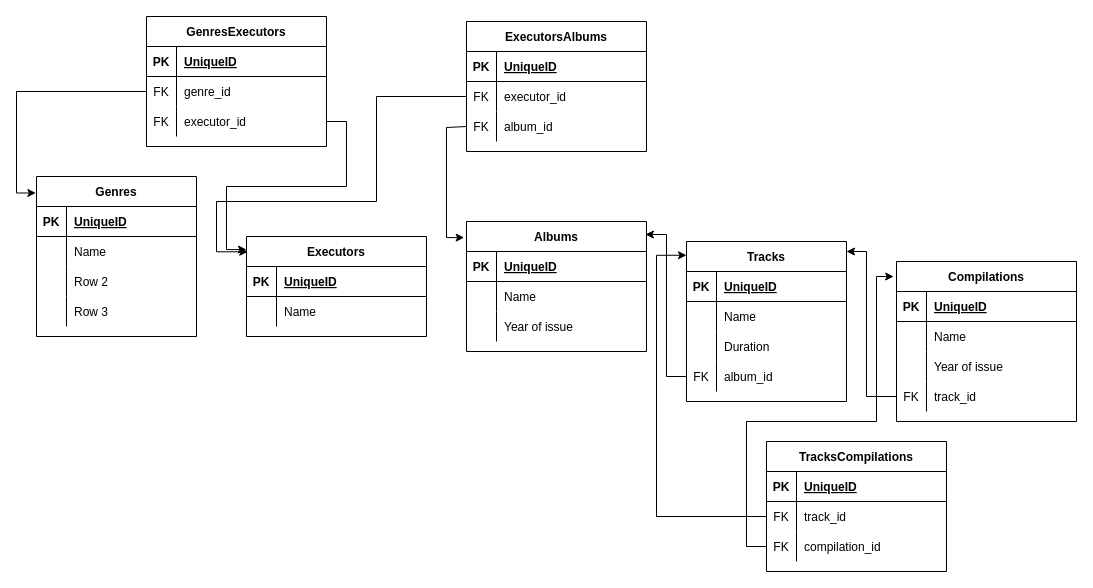
Earlier version of the draw.io diagram Музыкальный_сайт_2.drawio (oukenshild/music_site_2). Source tidied: cells renumbered, new cells numbered last; positions are measured from the earlier drawing's top-left corner, leaving out a move shared by most shapes. Both pictures are drawn from the tidied source at 100%, with x=0, y=0 at pixel (36, 16).
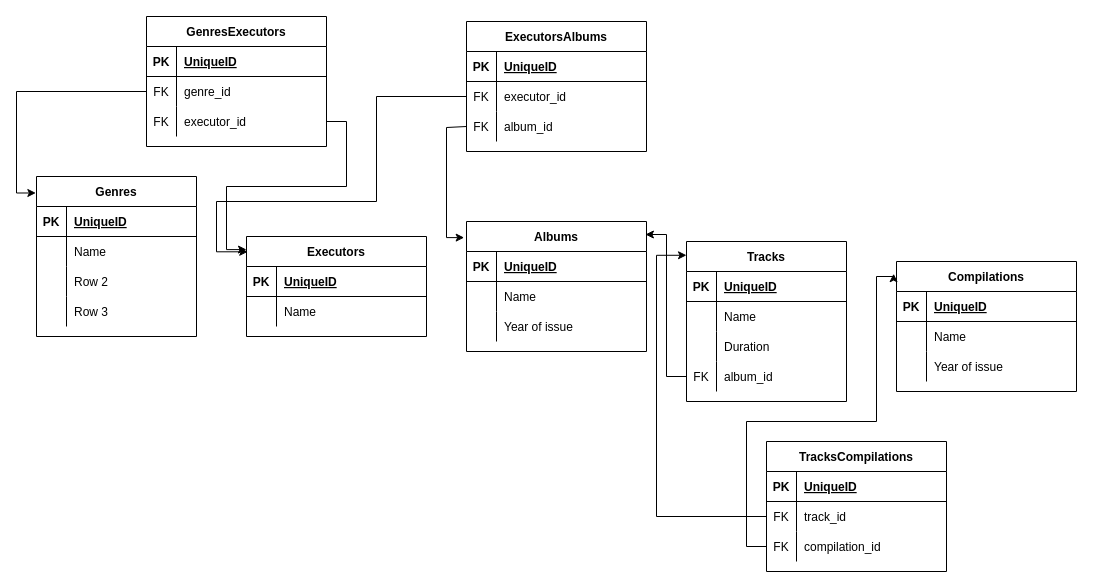
Above is the later version.

What changed in the source:
```diff
@@
     <mxCell id="69" value="Compilations" style="shape=table;startSize=30;childLayout=tableLayout;rowLines=0;fontStyle=1;align=center;" parent="1" vertex="1">
-      <mxGeometry x="860" y="245" width="180" height="160" as="geometry" />
+      <mxGeometry x="860" y="245" width="180" height="130" as="geometry" />
     </mxCell>
@@
-    <mxCell id="79" style="shape=tableRow;horizontal=0;startSize=0;swimlaneHead=0;swimlaneBody=0;fillColor=none;points=[[0,0.5],[1,0.5]];portConstraint=eastwest;top=0;left=0;right=0;bottom=0;" parent="69" vertex="1">
-      <mxGeometry y="120" width="180" height="30" as="geometry" />
-    </mxCell>
-    <mxCell id="80" value="FK" style="shape=partialRectangle;fillColor=none;top=0;left=0;bottom=0;right=0;overflow=hidden;" parent="79" vertex="1">
-      <mxGeometry width="30" height="30" as="geometry" />
-    </mxCell>
-    <mxCell id="81" value="track_id" style="shape=partialRectangle;fillColor=none;top=0;left=0;bottom=0;right=0;align=left;spacingLeft=6;overflow=hidden;" parent="79" vertex="1">
-      <mxGeometry x="30" width="150" height="30" as="geometry" />
-    </mxCell>
@@
-    <mxCell id="83" style="edgeStyle=orthogonalEdgeStyle;rounded=0;jettySize=auto;html=1;exitX=0;exitY=0.5;exitDx=0;exitDy=0;" parent="1" edge="1" source="79">
-      <mxGeometry relative="1" as="geometry">
-        <mxPoint x="810" y="235" as="targetPoint" />
-        <Array as="points">
-          <mxPoint x="830" y="380" />
-          <mxPoint x="830" y="235" />
-        </Array>
-      </mxGeometry>
-    </mxCell>
```
